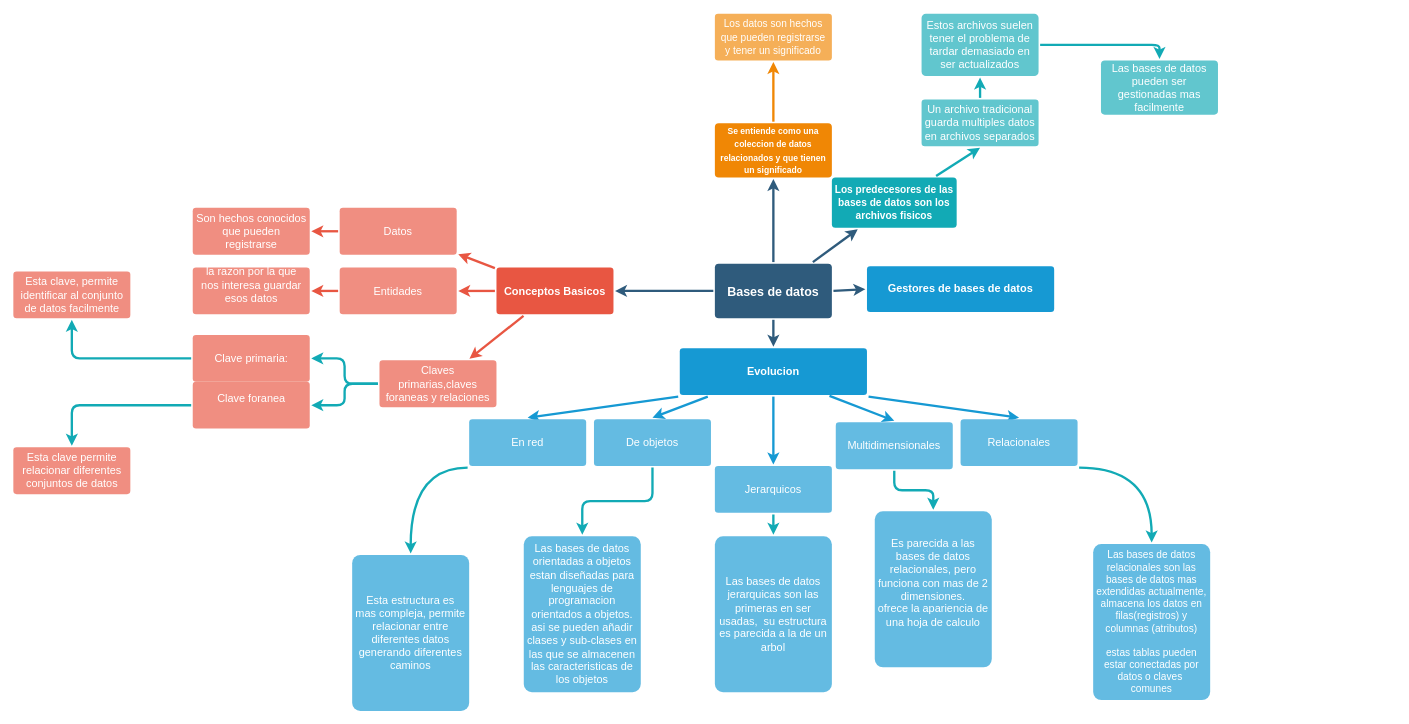
Before: bases de datos/Untitled Diagram.drawio in Krono159/bases-de-datos, a draw.io diagram. Source tidied: cells renumbered, new cells numbered last; positions are measured from the earlier drawing's top-left corner, leaving out a move shared by most shapes. Both pictures are drawn from the tidied source at 78%, with x=0, y=0 at pixel (13, 13).
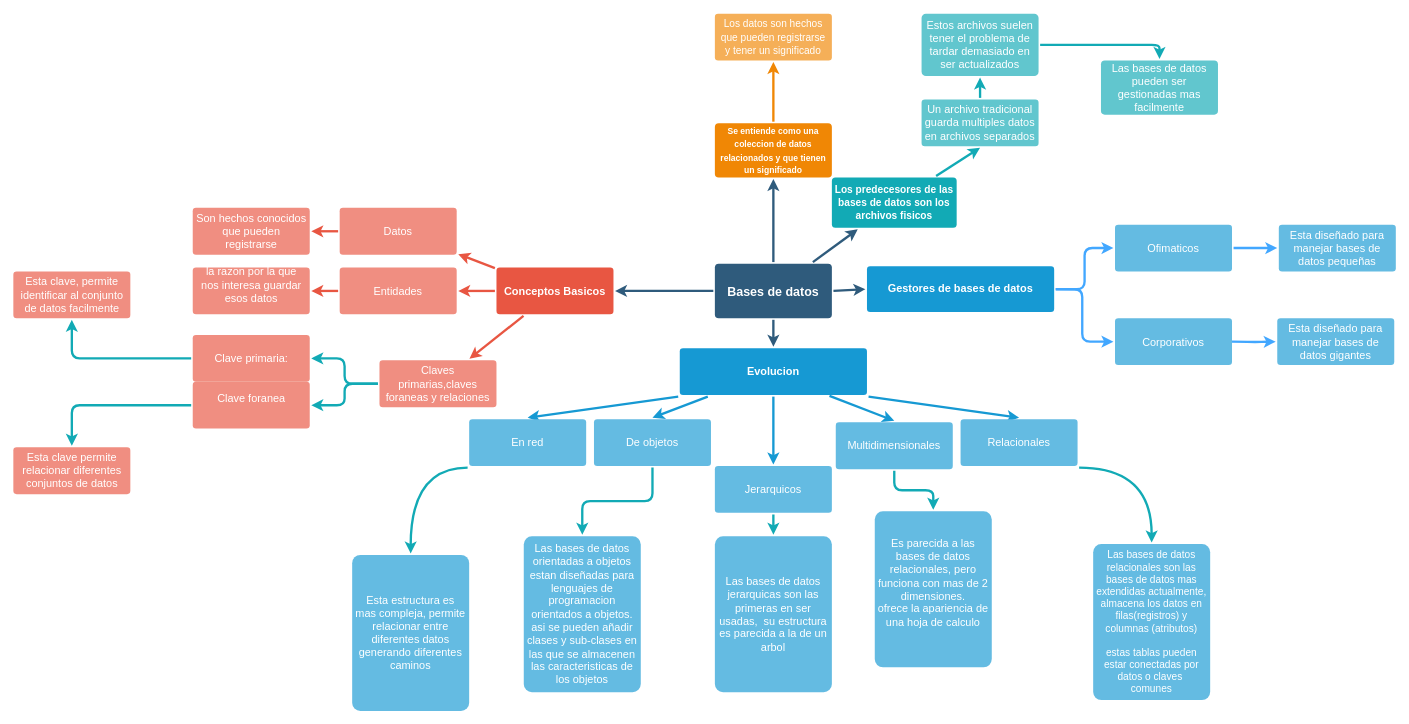
Above is the later version.

Unchanged cells that the change refers to:
```xml
<mxCell id="59" value="&lt;div&gt;Gestores de bases de datos&lt;/div&gt;" style="rounded=1;whiteSpace=wrap;html=1;shadow=0;labelBackgroundColor=none;strokeColor=none;strokeWidth=3;fillColor=#1699d3;fontFamily=Helvetica;fontSize=14;fontColor=#FFFFFF;align=center;spacing=5;fontStyle=1;arcSize=7;perimeterSpacing=2;" parent="1" vertex="1">
  <mxGeometry x="1094" y="324" width="240" height="58.5" as="geometry" />
</mxCell>
```

What changed in the source:
```diff
@@
+    <mxCell id="60" style="edgeStyle=orthogonalEdgeStyle;rounded=1;jettySize=auto;html=1;exitX=1;exitY=0.5;exitDx=0;exitDy=0;strokeWidth=3;strokeColor=#42A7FF;" parent="1" edge="1" source="59" target="63">
+      <mxGeometry relative="1" as="geometry" />
+    </mxCell>
+    <mxCell id="61" style="edgeStyle=orthogonalEdgeStyle;rounded=1;jettySize=auto;html=1;entryX=0;entryY=0.5;entryDx=0;entryDy=0;strokeColor=#42A7FF;strokeWidth=3;" parent="1" edge="1" source="59" target="64">
+      <mxGeometry relative="1" as="geometry">
+        <Array as="points">
+          <mxPoint x="1370" y="353" />
+          <mxPoint x="1370" y="421" />
+        </Array>
+      </mxGeometry>
+    </mxCell>
@@
+    <mxCell id="62" style="edgeStyle=orthogonalEdgeStyle;rounded=1;jettySize=auto;html=1;exitX=1;exitY=0.5;exitDx=0;exitDy=0;entryX=0;entryY=0.5;entryDx=0;entryDy=0;strokeColor=#42A7FF;strokeWidth=3;" parent="1" edge="1" source="63" target="65">
+      <mxGeometry relative="1" as="geometry" />
+    </mxCell>
+    <mxCell id="63" value="&lt;div&gt;Ofimaticos&lt;/div&gt;" style="rounded=1;whiteSpace=wrap;html=1;shadow=0;labelBackgroundColor=none;strokeColor=none;strokeWidth=3;fillColor=#64bbe2;fontFamily=Helvetica;fontSize=14;fontColor=#FFFFFF;align=center;spacing=5;arcSize=7;perimeterSpacing=2;" parent="1" vertex="1">
+      <mxGeometry x="1412" y="270.5" width="150" height="60" as="geometry" />
+    </mxCell>
+    <mxCell id="64" value="Corporativos" style="rounded=1;whiteSpace=wrap;html=1;shadow=0;labelBackgroundColor=none;strokeColor=none;strokeWidth=3;fillColor=#64bbe2;fontFamily=Helvetica;fontSize=14;fontColor=#FFFFFF;align=center;spacing=5;arcSize=7;perimeterSpacing=2;" parent="1" vertex="1">
+      <mxGeometry x="1412" y="390.5" width="150" height="60" as="geometry" />
+    </mxCell>
+    <mxCell id="65" value="Esta diseñado para manejar bases de datos pequeñas" style="rounded=1;whiteSpace=wrap;html=1;shadow=0;labelBackgroundColor=none;strokeColor=none;strokeWidth=3;fillColor=#64bbe2;fontFamily=Helvetica;fontSize=14;fontColor=#FFFFFF;align=center;spacing=5;arcSize=7;perimeterSpacing=2;" parent="1" vertex="1">
+      <mxGeometry x="1622" y="270.5" width="150" height="60" as="geometry" />
+    </mxCell>
+    <mxCell id="66" style="edgeStyle=orthogonalEdgeStyle;rounded=1;jettySize=auto;html=1;exitX=1;exitY=0.5;exitDx=0;exitDy=0;entryX=0;entryY=0.5;entryDx=0;entryDy=0;strokeColor=#42A7FF;strokeWidth=3;" parent="1" edge="1" target="67">
+      <mxGeometry relative="1" as="geometry">
+        <mxPoint x="1562" y="420.5" as="sourcePoint" />
+      </mxGeometry>
+    </mxCell>
+    <mxCell id="67" value="Esta diseñado para manejar bases de datos gigantes" style="rounded=1;whiteSpace=wrap;html=1;shadow=0;labelBackgroundColor=none;strokeColor=none;strokeWidth=3;fillColor=#64bbe2;fontFamily=Helvetica;fontSize=14;fontColor=#FFFFFF;align=center;spacing=5;arcSize=7;perimeterSpacing=2;" parent="1" vertex="1">
+      <mxGeometry x="1620" y="390.5" width="150" height="60" as="geometry" />
+    </mxCell>
```
